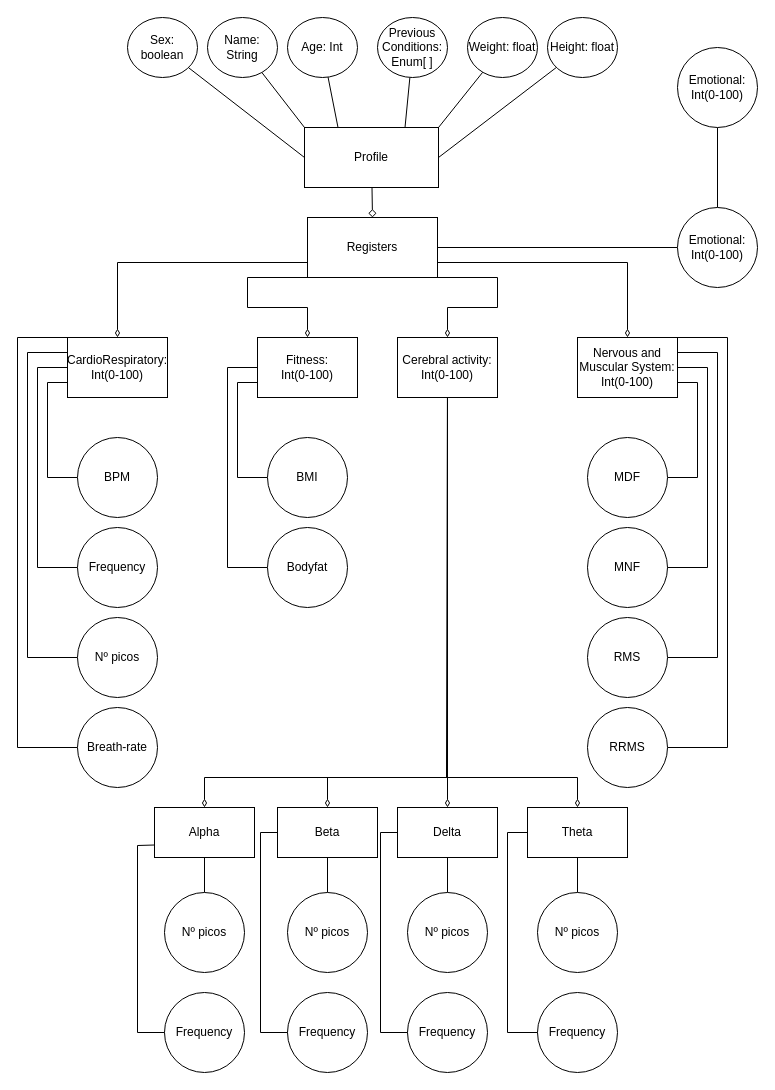
Earlier version of the draw.io diagram files/domain/domain.drawio (miquelroq/CHECKapp). Source tidied: cells renumbered, new cells numbered last; positions are measured from the earlier drawing's top-left corner, leaving out a move shared by most shapes. Both pictures are drawn from the tidied source at 100%, with x=0, y=0 at pixel (17, 17).
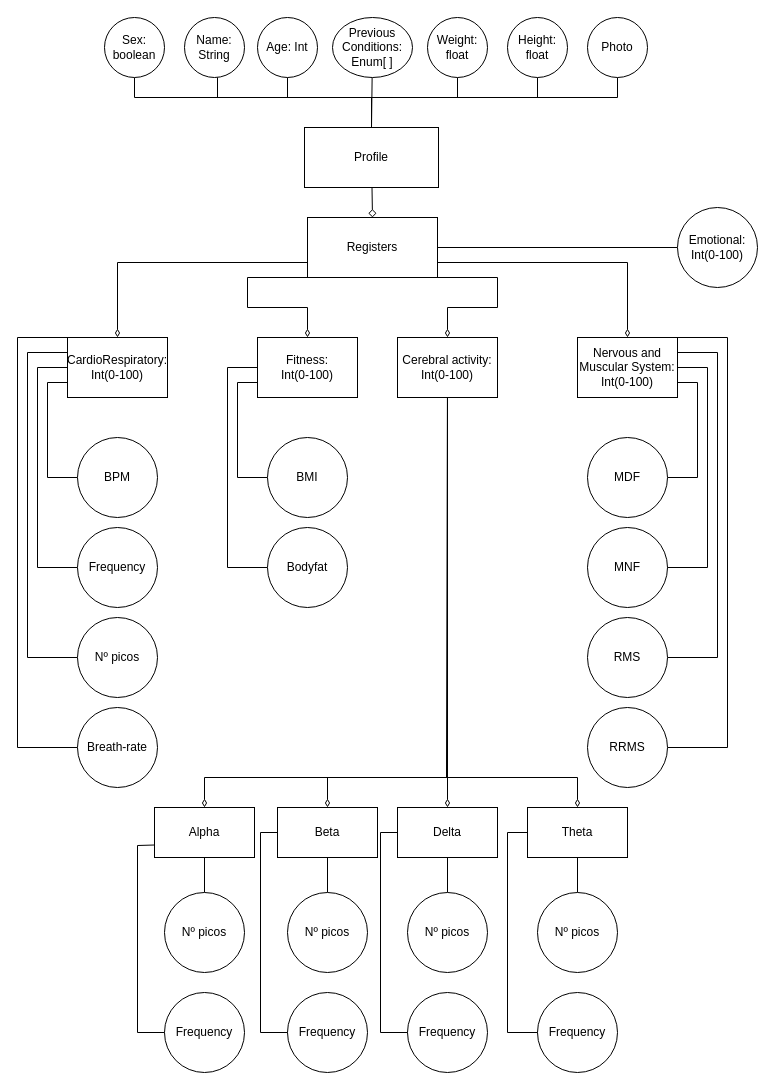
After the change.

Unchanged cells that the change refers to:
```xml
<mxCell id="3" value="Profile" style="rounded=0;whiteSpace=wrap;html=1;" parent="1" vertex="1">
  <mxGeometry x="287" y="110" width="134" height="60" as="geometry" />
</mxCell>
<mxCell id="46" value="Emotional: Int(0-100)" style="ellipse;whiteSpace=wrap;html=1;" parent="1" vertex="1">
  <mxGeometry x="660" y="190" width="80" height="80" as="geometry" />
</mxCell>
```

The edit, as a diff of the source:
```diff
@@
+    <mxCell id="76" style="rounded=0;jettySize=auto;html=1;entryX=0.5;entryY=1;entryDx=0;entryDy=0;endArrow=none;endFill=0;exitX=0.5;exitY=0;exitDx=0;exitDy=0;edgeStyle=orthogonalEdgeStyle;" parent="1" edge="1" source="3" target="77">
+      <mxGeometry relative="1" as="geometry">
+        <Array as="points">
+          <mxPoint x="354" y="80" />
+          <mxPoint x="600" y="80" />
+        </Array>
+      </mxGeometry>
+    </mxCell>
@@
-    <mxCell id="4" style="edgeStyle=none;rounded=0;jettySize=auto;html=1;entryX=0;entryY=0;entryDx=0;entryDy=0;endArrow=none;endFill=0;" parent="1" edge="1" source="5" target="3">
-      <mxGeometry relative="1" as="geometry" />
+    <mxCell id="4" style="edgeStyle=orthogonalEdgeStyle;rounded=0;jettySize=auto;html=1;entryX=0;entryY=0;entryDx=0;entryDy=0;endArrow=none;endFill=0;" parent="1" edge="1" source="5" target="3">
+      <mxGeometry relative="1" as="geometry">
+        <Array as="points">
+          <mxPoint x="200" y="80" />
+          <mxPoint x="354" y="80" />
+          <mxPoint x="354" y="110" />
+        </Array>
+      </mxGeometry>
     </mxCell>
     <mxCell id="5" value="Name: String" style="ellipse;whiteSpace=wrap;html=1;" parent="1" vertex="1">
-      <mxGeometry x="190" width="70" height="60" as="geometry" />
+      <mxGeometry x="167" width="60" height="60" as="geometry" />
     </mxCell>
-    <mxCell id="6" style="edgeStyle=none;rounded=0;jettySize=auto;html=1;entryX=0.25;entryY=0;entryDx=0;entryDy=0;endArrow=none;endFill=0;" parent="1" edge="1" source="7" target="3">
-      <mxGeometry relative="1" as="geometry" />
+    <mxCell id="6" style="edgeStyle=orthogonalEdgeStyle;rounded=0;jettySize=auto;html=1;entryX=0.25;entryY=0;entryDx=0;entryDy=0;endArrow=none;endFill=0;" parent="1" edge="1" source="7" target="3">
+      <mxGeometry relative="1" as="geometry">
+        <Array as="points">
+          <mxPoint x="270" y="80" />
+          <mxPoint x="354" y="80" />
+          <mxPoint x="354" y="110" />
+        </Array>
+      </mxGeometry>
     </mxCell>
     <mxCell id="7" value="Age: Int" style="ellipse;whiteSpace=wrap;html=1;" parent="1" vertex="1">
-      <mxGeometry x="270" width="70" height="60" as="geometry" />
+      <mxGeometry x="240" width="60" height="60" as="geometry" />
     </mxCell>
-    <mxCell id="8" style="edgeStyle=none;rounded=0;jettySize=auto;html=1;entryX=1;entryY=0;entryDx=0;entryDy=0;endArrow=none;endFill=0;" parent="1" edge="1" source="9" target="3">
-      <mxGeometry relative="1" as="geometry" />
+    <mxCell id="8" style="edgeStyle=orthogonalEdgeStyle;rounded=0;jettySize=auto;html=1;entryX=0.75;entryY=0;entryDx=0;entryDy=0;endArrow=none;endFill=0;" parent="1" edge="1" source="9" target="3">
+      <mxGeometry relative="1" as="geometry">
+        <Array as="points">
+          <mxPoint x="440" y="80" />
+          <mxPoint x="354" y="80" />
+          <mxPoint x="354" y="110" />
+        </Array>
+      </mxGeometry>
     </mxCell>
     <mxCell id="9" value="Weight: float" style="ellipse;whiteSpace=wrap;html=1;" parent="1" vertex="1">
-      <mxGeometry x="450" width="70" height="60" as="geometry" />
+      <mxGeometry x="410" width="60" height="60" as="geometry" />
     </mxCell>
-    <mxCell id="10" style="edgeStyle=none;rounded=0;jettySize=auto;html=1;entryX=1;entryY=0.5;entryDx=0;entryDy=0;endArrow=none;endFill=0;" parent="1" edge="1" source="11" target="3">
-      <mxGeometry relative="1" as="geometry" />
+    <mxCell id="10" style="edgeStyle=orthogonalEdgeStyle;rounded=0;jettySize=auto;html=1;endArrow=none;endFill=0;exitX=0.5;exitY=1;exitDx=0;exitDy=0;" parent="1" edge="1" source="11">
+      <mxGeometry relative="1" as="geometry">
+        <mxPoint x="354" y="110" as="targetPoint" />
+        <Array as="points">
+          <mxPoint x="520" y="80" />
+          <mxPoint x="354" y="80" />
+        </Array>
+      </mxGeometry>
     </mxCell>
     <mxCell id="11" value="Height: float" style="ellipse;whiteSpace=wrap;html=1;" parent="1" vertex="1">
-      <mxGeometry x="530" width="70" height="60" as="geometry" />
+      <mxGeometry x="490" width="60" height="60" as="geometry" />
     </mxCell>
-    <mxCell id="12" style="edgeStyle=none;rounded=0;jettySize=auto;html=1;entryX=0;entryY=0.5;entryDx=0;entryDy=0;endArrow=none;endFill=0;" parent="1" edge="1" source="13" target="3">
-      <mxGeometry relative="1" as="geometry" />
+    <mxCell id="12" style="edgeStyle=orthogonalEdgeStyle;rounded=0;jettySize=auto;html=1;endArrow=none;endFill=0;exitX=0.5;exitY=1;exitDx=0;exitDy=0;" parent="1" edge="1" source="13">
+      <mxGeometry relative="1" as="geometry">
+        <mxPoint x="354" y="110" as="targetPoint" />
+        <Array as="points">
+          <mxPoint x="117" y="80" />
+          <mxPoint x="354" y="80" />
+        </Array>
+      </mxGeometry>
     </mxCell>
     <mxCell id="13" value="Sex: boolean" style="ellipse;whiteSpace=wrap;html=1;" parent="1" vertex="1">
-      <mxGeometry x="110" width="70" height="60" as="geometry" />
+      <mxGeometry x="87" width="60" height="60" as="geometry" />
     </mxCell>
-    <mxCell id="14" style="edgeStyle=none;rounded=0;jettySize=auto;html=1;entryX=0.75;entryY=0;entryDx=0;entryDy=0;endArrow=none;endFill=0;" parent="1" edge="1" source="15" target="3">
+    <mxCell id="14" style="edgeStyle=none;rounded=0;jettySize=auto;html=1;entryX=0.5;entryY=0;entryDx=0;entryDy=0;endArrow=none;endFill=0;" parent="1" edge="1" source="15" target="3">
       <mxGeometry relative="1" as="geometry" />
     </mxCell>
     <mxCell id="15" value="Previous Conditions:&lt;br&gt;Enum[ ]" style="ellipse;whiteSpace=wrap;html=1;" parent="1" vertex="1">
-      <mxGeometry x="360" width="70" height="60" as="geometry" />
+      <mxGeometry x="315" width="80" height="60" as="geometry" />
     </mxCell>
@@
-    <mxCell id="45" style="edgeStyle=none;rounded=0;jettySize=auto;html=1;startArrow=none;startFill=0;endArrow=none;endFill=0;strokeWidth=1;" parent="1" edge="1" source="46" target="47">
-      <mxGeometry relative="1" as="geometry" />
-    </mxCell>
@@
-    <mxCell id="47" value="Emotional: Int(0-100)" style="ellipse;whiteSpace=wrap;html=1;" parent="1" vertex="1">
-      <mxGeometry x="660" y="30" width="80" height="80" as="geometry" />
-    </mxCell>
@@
+    <mxCell id="77" value="Photo" style="ellipse;whiteSpace=wrap;html=1;" parent="1" vertex="1">
+      <mxGeometry x="570" width="60" height="60" as="geometry" />
+    </mxCell>
```
